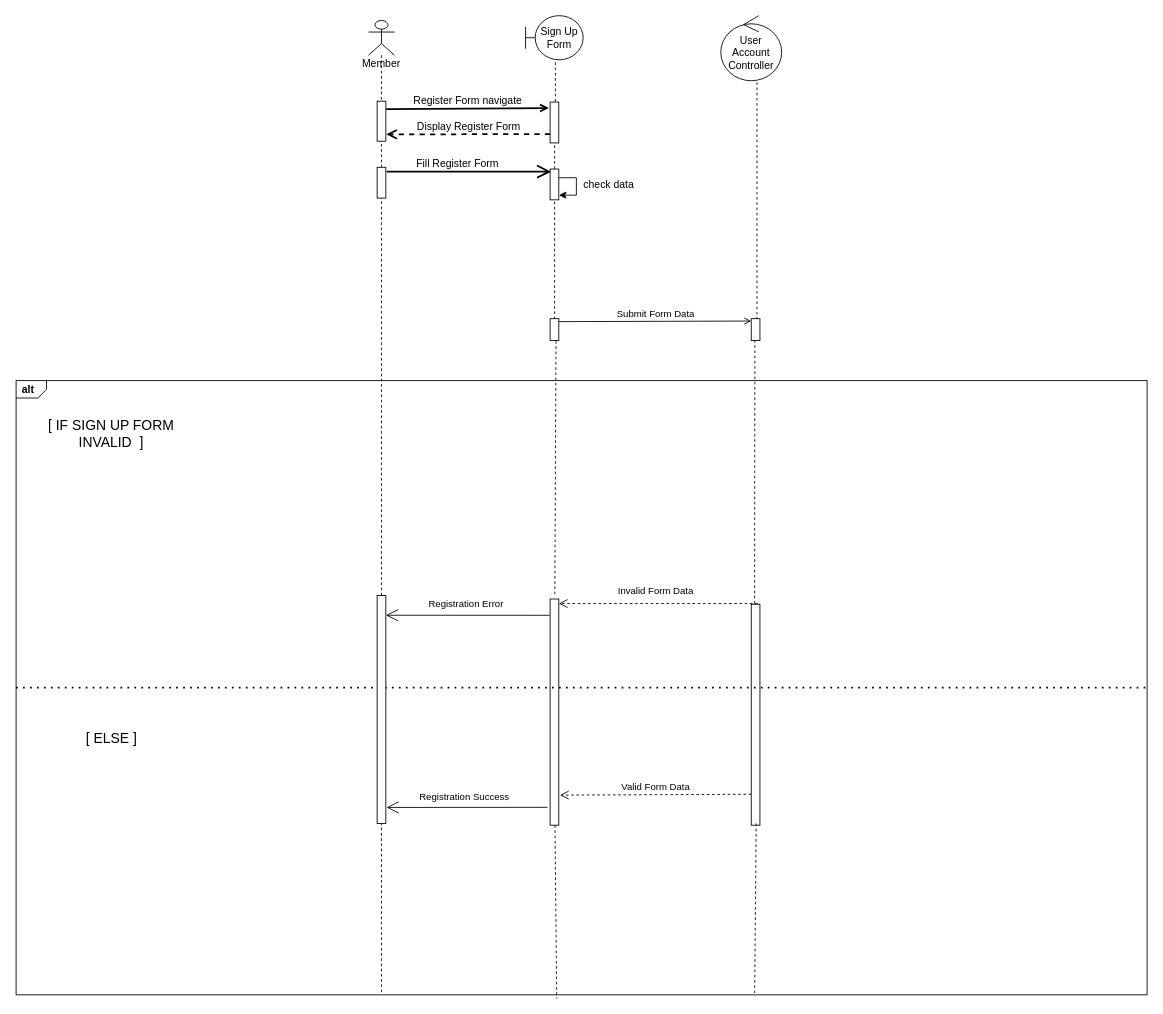
kavneluxedy/todo-list keeps this draw.io diagram as page "Register_Diagram" (2 of 5) of src/Diagrams_project.drawio. Above is the earlier version. Source tidied: cells renumbered, new cells numbered last; positions are measured from the earlier drawing's top-left corner, leaving out a move shared by most shapes. Both pictures are drawn from the tidied source at 87%, with x=0, y=0 at pixel (16, 15).
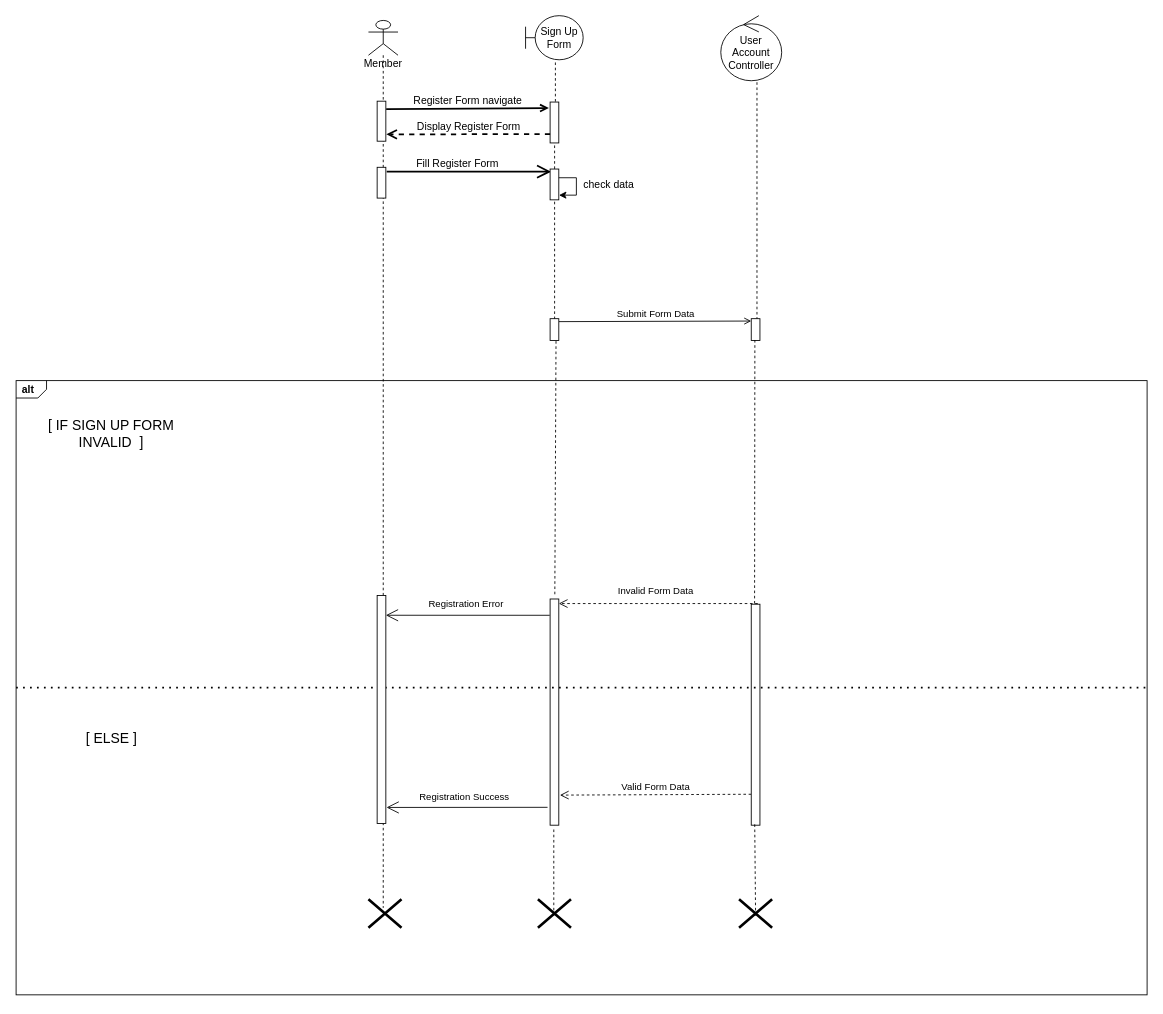
The same diagram, later.

Unchanged cells that the change refers to:
```xml
<mxCell id="2" value="alt" style="strokeColor=inherit;fillColor=inherit;gradientColor=inherit;html=1;shape=mxgraph.sysml.package;labelX=35;fontStyle=1;align=left;verticalAlign=top;spacingLeft=5;spacingTop=-3;" parent="1" vertex="1">
  <mxGeometry y="420" width="1300" height="706" as="geometry" />
</mxCell>
<mxCell id="23" style="html=1;points=[];perimeter=orthogonalPerimeter;" parent="1" vertex="1">
  <mxGeometry x="613.8" y="671" width="10" height="260" as="geometry" />
</mxCell>
```

The edit, as a diff of the source:
```diff
@@
     <mxCell id="35" value="Member" style="shape=umlLifeline;participant=umlActor;perimeter=lifelinePerimeter;whiteSpace=wrap;html=1;verticalAlign=top;spacingTop=36;" parent="1" vertex="1">
-      <mxGeometry x="405" y="6" width="30" height="1120" as="geometry" />
+      <mxGeometry x="405" y="6" width="34" height="1020" as="geometry" />
     </mxCell>
@@
-    <mxCell id="39" style="strokeColor=inherit;fillColor=inherit;gradientColor=inherit;endArrow=none;html=1;edgeStyle=none;dashed=1;rounded=0;startArrow=none;exitX=0.68;exitY=1.031;exitDx=0;exitDy=0;exitPerimeter=0;entryX=0.478;entryY=1.006;entryDx=0;entryDy=0;entryPerimeter=0;" parent="1" edge="1" target="2">
-      <mxGeometry relative="1" as="geometry">
-        <mxPoint x="619.4" y="931" as="sourcePoint" />
-      </mxGeometry>
-    </mxCell>
-    <mxCell id="40" style="strokeColor=inherit;fillColor=inherit;gradientColor=inherit;endArrow=none;html=1;edgeStyle=none;dashed=1;rounded=0;startArrow=none;exitX=0.68;exitY=1.031;exitDx=0;exitDy=0;exitPerimeter=0;entryX=0.653;entryY=1.001;entryDx=0;entryDy=0;entryPerimeter=0;" parent="1" edge="1" target="2">
-      <mxGeometry relative="1" as="geometry">
-        <mxPoint x="850.7" y="929" as="sourcePoint" />
-      </mxGeometry>
-    </mxCell>
+    <mxCell id="41" style="shape=umlDestroy;whiteSpace=wrap;html=1;strokeWidth=3;fontSize=16;" parent="1" vertex="1">
+      <mxGeometry x="599.8" y="1016" width="38" height="33" as="geometry" />
+    </mxCell>
+    <mxCell id="42" style="shape=umlDestroy;whiteSpace=wrap;html=1;strokeWidth=3;fontSize=16;" parent="1" vertex="1">
+      <mxGeometry x="831" y="1016" width="38" height="33" as="geometry" />
+    </mxCell>
+    <mxCell id="43" style="strokeColor=inherit;fillColor=inherit;gradientColor=inherit;endArrow=none;html=1;edgeStyle=none;dashed=1;rounded=0;startArrow=none;entryX=0.48;entryY=0.606;entryDx=0;entryDy=0;entryPerimeter=0;exitX=0.425;exitY=1.019;exitDx=0;exitDy=0;exitPerimeter=0;" parent="1" edge="1" source="23" target="41">
+      <mxGeometry relative="1" as="geometry" />
+    </mxCell>
+    <mxCell id="44" style="strokeColor=inherit;fillColor=inherit;gradientColor=inherit;endArrow=none;html=1;edgeStyle=none;dashed=1;rounded=0;startArrow=none;exitX=0.3;exitY=1;exitDx=0;exitDy=0;exitPerimeter=0;entryX=0.5;entryY=0.576;entryDx=0;entryDy=0;entryPerimeter=0;" parent="1" edge="1" target="42">
+      <mxGeometry relative="1" as="geometry">
+        <mxPoint x="849" y="930" as="sourcePoint" />
+      </mxGeometry>
+    </mxCell>
+    <mxCell id="45" style="shape=umlDestroy;whiteSpace=wrap;html=1;strokeWidth=3;fontSize=16;" parent="1" vertex="1">
+      <mxGeometry x="405" y="1016" width="38" height="33" as="geometry" />
+    </mxCell>
```
